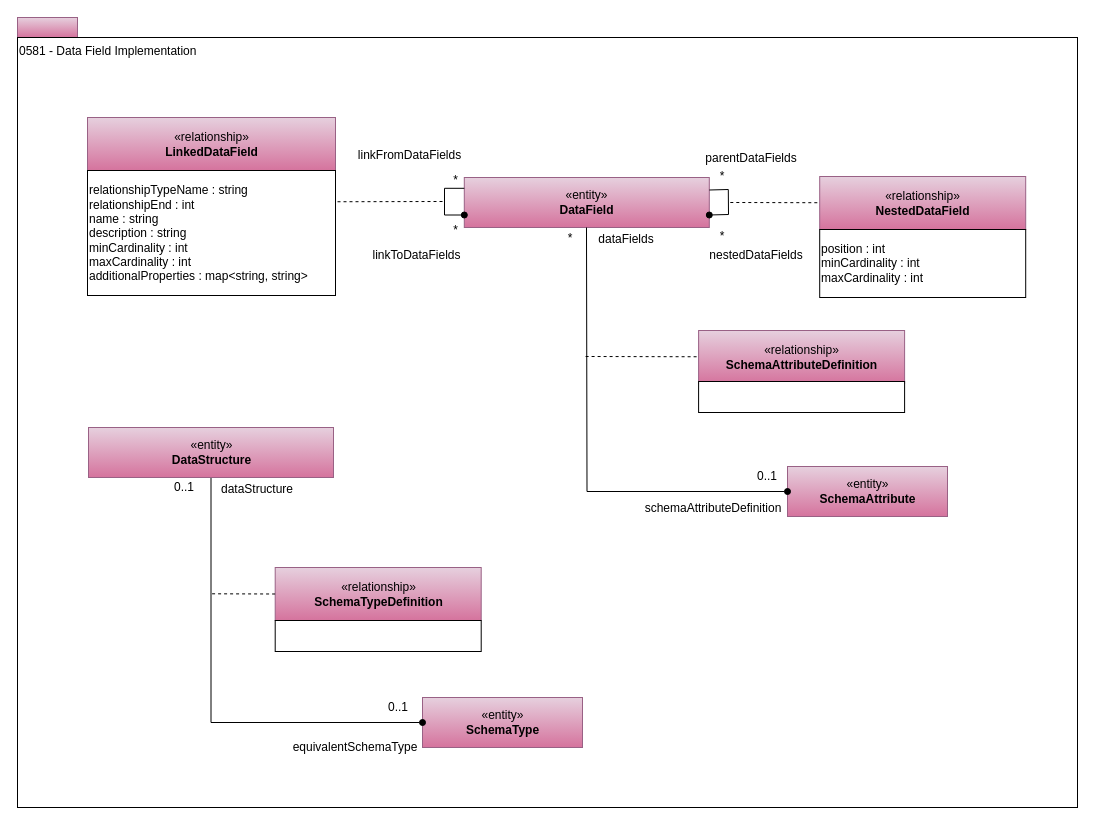
This is page "0581-Data-Field-Implementation" (35 of 36) of site/docs/types/5/area-5-models-and-schema.drawio from odpi/egeria-docs, a draw.io file, before an edit. Source tidied: cells renumbered, new cells numbered last; positions are measured from the earlier drawing's top-left corner, leaving out a move shared by most shapes. Both pictures are drawn from the tidied source at 100%, with x=0, y=0 at pixel (17, 17).
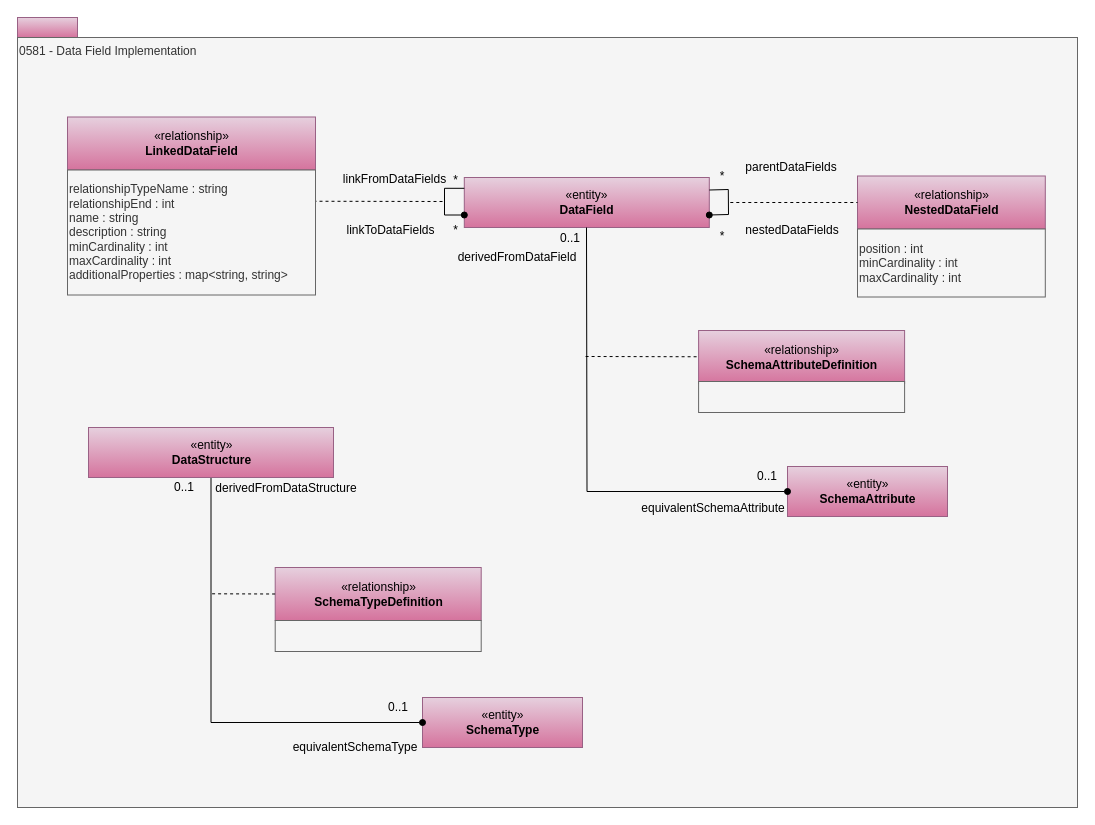
After the change.

Change to the diagram source:
```diff
@@
-    <mxCell id="3" value="0581 - Data Field Implementation" style="rounded=0;whiteSpace=wrap;html=1;align=left;verticalAlign=top;" parent="1" vertex="1">
+    <mxCell id="3" value="0581 - Data Field Implementation" style="rounded=0;whiteSpace=wrap;html=1;align=left;verticalAlign=top;fillColor=#f5f5f5;fontColor=#333333;strokeColor=#666666;" parent="1" vertex="1">
       <mxGeometry y="20" width="1060" height="770" as="geometry" />
     </mxCell>
@@
     <mxCell id="5" value="«relationship»&lt;br&gt;&lt;b&gt;NestedDataField&lt;/b&gt;" style="html=1;strokeColor=#996185;align=center;fillColor=#e6d0de;gradientColor=#d5739d;" parent="1" vertex="1">
-      <mxGeometry x="802.2" y="159" width="206" height="53" as="geometry" />
+      <mxGeometry x="840" y="158.5" width="187.8" height="53" as="geometry" />
     </mxCell>
@@
-    <mxCell id="9" value="&lt;div style=&quot;text-align: left&quot;&gt;position : int&lt;br&gt;minCardinality : int&lt;br&gt;maxCardinality : int&lt;/div&gt;" style="rounded=0;whiteSpace=wrap;html=1;align=left;" parent="1" vertex="1">
-      <mxGeometry x="802.2" y="212" width="206" height="68" as="geometry" />
+    <mxCell id="9" value="&lt;div style=&quot;text-align: left&quot;&gt;position : int&lt;br&gt;minCardinality : int&lt;br&gt;maxCardinality : int&lt;/div&gt;" style="rounded=0;whiteSpace=wrap;html=1;align=left;fillColor=#f5f5f5;fontColor=#333333;strokeColor=#666666;" parent="1" vertex="1">
+      <mxGeometry x="840" y="211.5" width="187.8" height="68" as="geometry" />
     </mxCell>
     <mxCell id="10" value="nestedDataFields" style="text;html=1;strokeColor=none;fillColor=none;align=center;verticalAlign=middle;whiteSpace=wrap;rounded=0;" parent="1" vertex="1">
-      <mxGeometry x="684" y="228" width="110" height="20" as="geometry" />
+      <mxGeometry x="720.2" y="203.2" width="110" height="20" as="geometry" />
     </mxCell>
     <mxCell id="11" value="parentDataFields" style="text;html=1;strokeColor=none;fillColor=none;align=center;verticalAlign=middle;whiteSpace=wrap;rounded=0;" parent="1" vertex="1">
-      <mxGeometry x="678.2" y="131" width="112" height="20" as="geometry" />
+      <mxGeometry x="718.2" y="140" width="112" height="20" as="geometry" />
     </mxCell>
@@
-    <mxCell id="13" value="schemaAttributeDefinition" style="text;html=1;strokeColor=none;fillColor=none;align=center;verticalAlign=middle;whiteSpace=wrap;rounded=0;" parent="1" vertex="1">
+    <mxCell id="13" value="equivalentSchemaAttribute" style="text;html=1;strokeColor=none;fillColor=none;align=center;verticalAlign=middle;whiteSpace=wrap;rounded=0;" parent="1" vertex="1">
       <mxGeometry x="633.2" y="481" width="126" height="20" as="geometry" />
     </mxCell>
-    <mxCell id="14" value="*" style="text;html=1;strokeColor=none;fillColor=none;align=center;verticalAlign=middle;whiteSpace=wrap;rounded=0;" parent="1" vertex="1">
+    <mxCell id="14" value="0..1" style="text;html=1;strokeColor=none;fillColor=none;align=center;verticalAlign=middle;whiteSpace=wrap;rounded=0;" parent="1" vertex="1">
       <mxGeometry x="540.1" y="212" width="26" height="18" as="geometry" />
     </mxCell>
@@
-    <mxCell id="18" style="rounded=0;whiteSpace=wrap;html=1;align=left;" parent="1" vertex="1">
+    <mxCell id="18" style="rounded=0;whiteSpace=wrap;html=1;align=left;fillColor=#f5f5f5;fontColor=#333333;strokeColor=#666666;" parent="1" vertex="1">
       <mxGeometry x="681.1" y="364" width="206" height="31" as="geometry" />
     </mxCell>
-    <mxCell id="19" value="dataFields" style="text;html=1;strokeColor=none;fillColor=none;align=center;verticalAlign=middle;whiteSpace=wrap;rounded=0;" parent="1" vertex="1">
-      <mxGeometry x="569.4" y="212" width="79.8" height="20" as="geometry" />
+    <mxCell id="19" value="derivedFromDataField" style="text;html=1;strokeColor=none;fillColor=none;align=center;verticalAlign=middle;whiteSpace=wrap;rounded=0;" parent="1" vertex="1">
+      <mxGeometry x="460.4" y="230" width="79.8" height="20" as="geometry" />
     </mxCell>
@@
     <mxCell id="23" value="«relationship»&lt;br&gt;&lt;b&gt;LinkedDataField&lt;/b&gt;" style="html=1;strokeColor=#996185;align=center;fillColor=#e6d0de;gradientColor=#d5739d;" parent="1" vertex="1">
-      <mxGeometry x="70" y="100" width="248" height="53" as="geometry" />
+      <mxGeometry x="50" y="99.5" width="248" height="53" as="geometry" />
     </mxCell>
@@
-    <mxCell id="25" value="relationshipTypeName : string&lt;br&gt;relationshipEnd : int&lt;br&gt;name : string&lt;br&gt;description : string&lt;br&gt;minCardinality : int&lt;br style=&quot;border-color: var(--border-color);&quot;&gt;maxCardinality : int&lt;br&gt;additionalProperties : map&amp;lt;string, string&amp;gt;" style="rounded=0;whiteSpace=wrap;html=1;align=left;" parent="1" vertex="1">
-      <mxGeometry x="70" y="153" width="248" height="125" as="geometry" />
+    <mxCell id="25" value="relationshipTypeName : string&lt;br&gt;relationshipEnd : int&lt;br&gt;name : string&lt;br&gt;description : string&lt;br&gt;minCardinality : int&lt;br style=&quot;border-color: var(--border-color);&quot;&gt;maxCardinality : int&lt;br&gt;additionalProperties : map&amp;lt;string, string&amp;gt;" style="rounded=0;whiteSpace=wrap;html=1;align=left;fillColor=#f5f5f5;fontColor=#333333;strokeColor=#666666;" parent="1" vertex="1">
+      <mxGeometry x="50" y="152.5" width="248" height="125" as="geometry" />
     </mxCell>
     <mxCell id="26" value="linkFromDataFields" style="text;html=1;align=center;verticalAlign=middle;strokeColor=none;fillColor=none;" parent="1" vertex="1">
-      <mxGeometry x="331" y="125" width="121" height="26" as="geometry" />
+      <mxGeometry x="316" y="148.5" width="121" height="26" as="geometry" />
     </mxCell>
     <mxCell id="27" value="linkToDataFields" style="text;html=1;align=center;verticalAlign=middle;strokeColor=none;fillColor=none;" parent="1" vertex="1">
-      <mxGeometry x="346" y="225" width="106" height="26" as="geometry" />
+      <mxGeometry x="320.2" y="200.2" width="106" height="26" as="geometry" />
     </mxCell>
@@
-    <mxCell id="35" style="rounded=0;whiteSpace=wrap;html=1;align=left;" parent="1" vertex="1">
+    <mxCell id="35" style="rounded=0;whiteSpace=wrap;html=1;align=left;fillColor=#f5f5f5;fontColor=#333333;strokeColor=#666666;" parent="1" vertex="1">
       <mxGeometry x="257.7" y="603" width="206" height="31" as="geometry" />
     </mxCell>
-    <mxCell id="36" value="dataStructure" style="text;html=1;strokeColor=none;fillColor=none;align=center;verticalAlign=middle;whiteSpace=wrap;rounded=0;" parent="1" vertex="1">
-      <mxGeometry x="200.6" y="462" width="78.2" height="20" as="geometry" />
+    <mxCell id="36" value="derivedFromDataStructure" style="text;html=1;strokeColor=none;fillColor=none;align=center;verticalAlign=middle;whiteSpace=wrap;rounded=0;" parent="1" vertex="1">
+      <mxGeometry x="230" y="461" width="78.2" height="20" as="geometry" />
     </mxCell>
```
